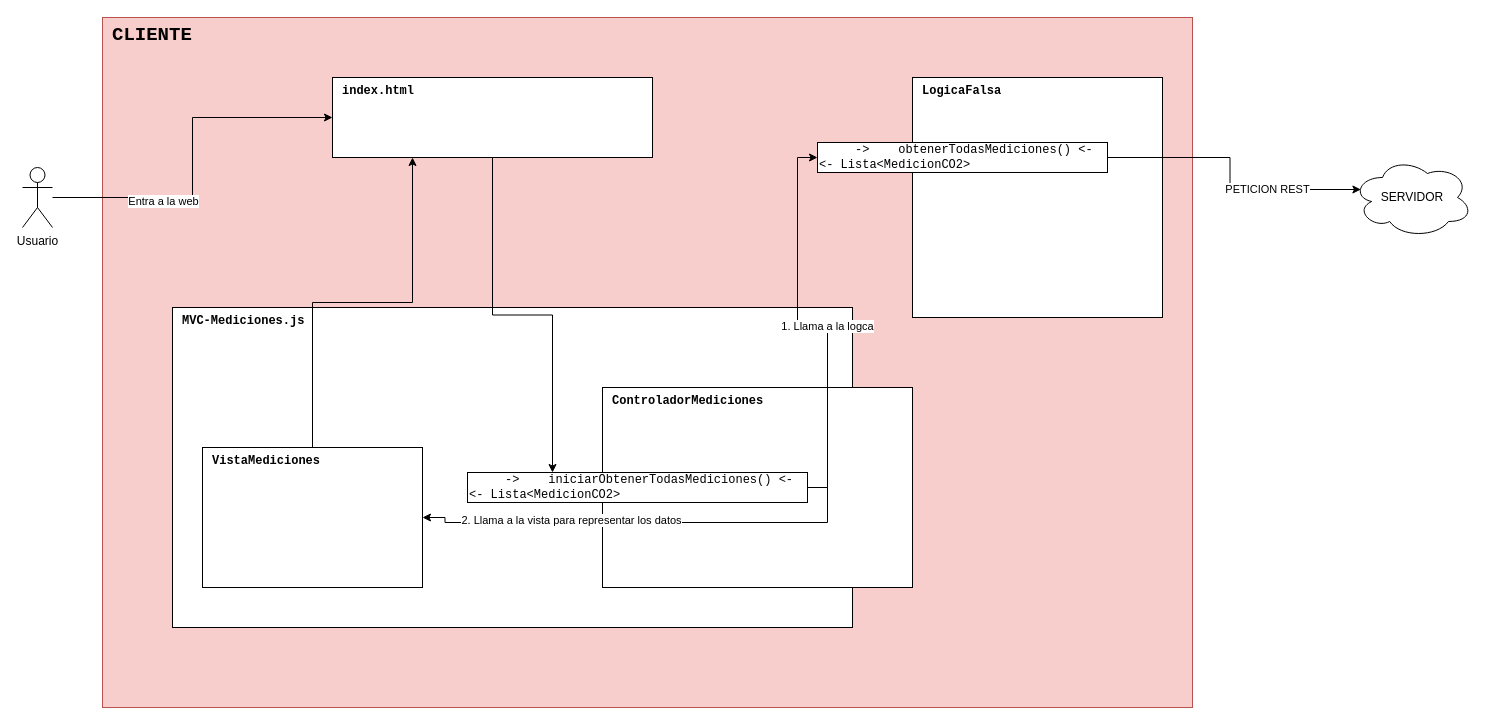
Above: doc/DiagramaInteraccionListarMediciones_Cliente.drawio in GTI-3A-Pure-Life/Pure-Life-WebApp (draw.io), before the change. Source tidied: cells renumbered, new cells numbered last; positions are measured from the earlier drawing's top-left corner, leaving out a move shared by most shapes. Both pictures are drawn from the tidied source at 100%, with x=0, y=0 at pixel (22, 17).
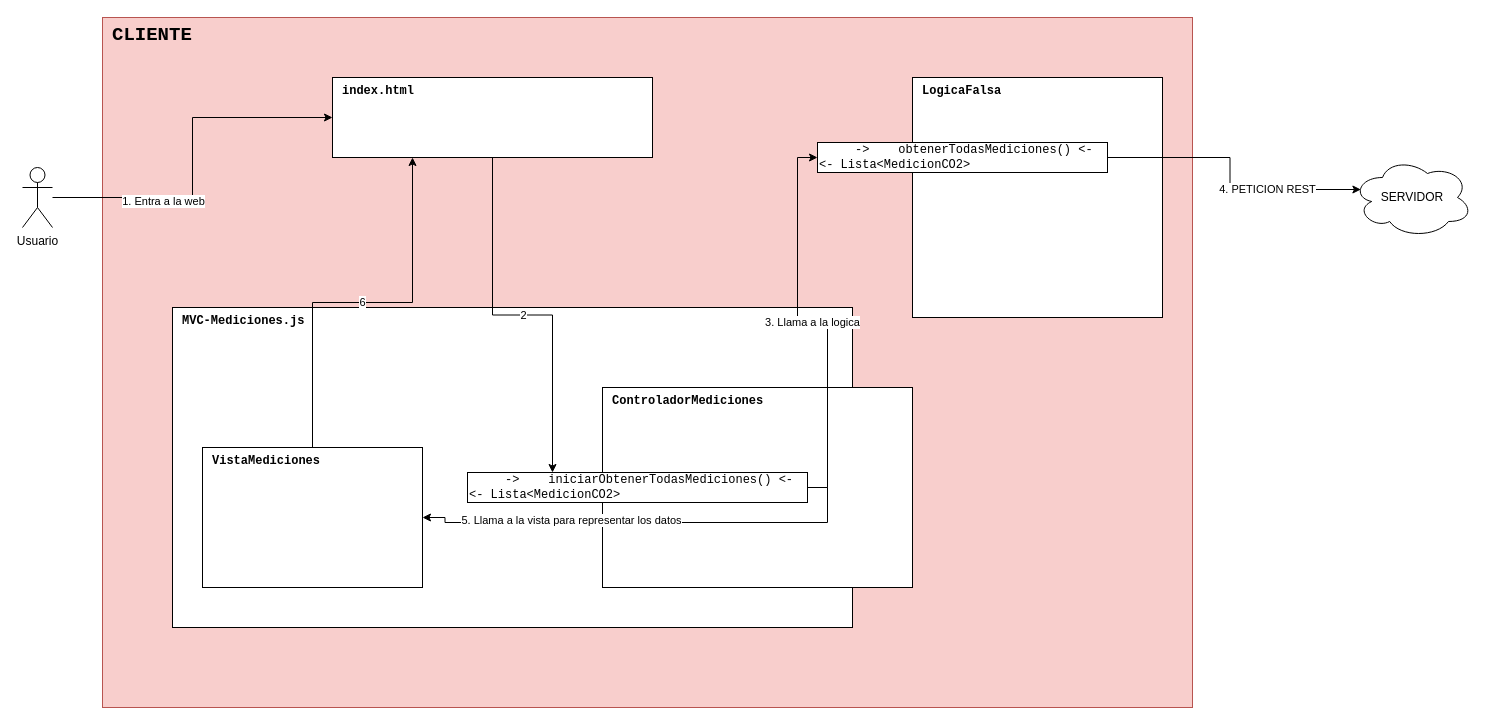
The same page after the edit.

The change refers to these unchanged cells:
```xml
<mxCell id="4" style="edgeStyle=orthogonalEdgeStyle;rounded=0;jettySize=auto;html=1;entryX=0.07;entryY=0.4;entryDx=0;entryDy=0;entryPerimeter=0;" parent="1" edge="1" source="6" target="21">
  <mxGeometry relative="1" as="geometry" />
</mxCell>
<mxCell id="6" value="&amp;nbsp; &amp;nbsp; &amp;nbsp;-&amp;gt;&amp;nbsp; &amp;nbsp; obtenerTodasMediciones() &amp;lt;-&lt;br&gt;&lt;span style=&quot;text-align: center&quot;&gt;&amp;lt;- Lista&amp;lt;MedicionCO2&amp;gt;&lt;/span&gt;" style="rounded=0;whiteSpace=wrap;html=1;fontFamily=Courier New;align=left;" parent="1" vertex="1">
  <mxGeometry x="795" y="125" width="290" height="30" as="geometry" />
</mxCell>
<mxCell id="10" value="index.html" style="rounded=0;whiteSpace=wrap;html=1;align=left;verticalAlign=top;fontStyle=1;spacingLeft=8;fontFamily=Courier New;" parent="1" vertex="1">
  <mxGeometry x="310" y="60" width="320" height="80" as="geometry" />
</mxCell>
<mxCell id="13" style="edgeStyle=orthogonalEdgeStyle;rounded=0;jettySize=auto;html=1;entryX=1;entryY=0.5;entryDx=0;entryDy=0;exitX=1;exitY=0.5;exitDx=0;exitDy=0;" parent="1" edge="1" source="15" target="17">
  <mxGeometry relative="1" as="geometry" />
</mxCell>
<mxCell id="15" value="&lt;span style=&quot;&quot;&gt;&amp;nbsp; &amp;nbsp; &amp;nbsp;-&amp;gt;&amp;nbsp; &amp;nbsp; iniciarObtenerTodasMediciones() &amp;lt;-&lt;/span&gt;&lt;br style=&quot;&quot;&gt;&amp;lt;- Lista&amp;lt;MedicionCO2&amp;gt;" style="rounded=0;whiteSpace=wrap;html=1;fontFamily=Courier New;align=left;" parent="1" vertex="1">
  <mxGeometry x="445" y="455" width="340" height="30" as="geometry" />
</mxCell>
<mxCell id="17" value="VistaMediciones" style="rounded=0;whiteSpace=wrap;html=1;align=left;verticalAlign=top;fontStyle=1;spacingLeft=8;fontFamily=Courier New;" parent="1" vertex="1">
  <mxGeometry x="180" y="430" width="220" height="140" as="geometry" />
</mxCell>
<mxCell id="18" style="edgeStyle=orthogonalEdgeStyle;rounded=0;jettySize=auto;html=1;entryX=0;entryY=0.5;entryDx=0;entryDy=0;" parent="1" edge="1" source="20" target="10">
  <mxGeometry relative="1" as="geometry" />
</mxCell>
```

The edit, as a diff of the source:
```diff
@@
-    <mxCell id="5" value="PETICION REST" style="edgeLabel;html=1;align=center;verticalAlign=middle;" parent="4" vertex="1">
+    <mxCell id="5" value="4. PETICION REST" style="edgeLabel;html=1;align=center;verticalAlign=middle;" parent="4" vertex="1">
       <mxGeometry x="0.34" y="1" relative="1" as="geometry" />
     </mxCell>
@@
-    <mxCell id="9" style="edgeStyle=orthogonalEdgeStyle;rounded=0;jettySize=auto;html=1;entryX=0.25;entryY=0;entryDx=0;entryDy=0;" parent="1" edge="1" source="10" target="15">
+    <mxCell id="9" value="2" style="edgeStyle=orthogonalEdgeStyle;rounded=0;jettySize=auto;html=1;entryX=0.25;entryY=0;entryDx=0;entryDy=0;" parent="1" edge="1" source="10" target="15">
       <mxGeometry relative="1" as="geometry" />
     </mxCell>
@@
-    <mxCell id="11" style="edgeStyle=orthogonalEdgeStyle;rounded=0;jettySize=auto;html=1;entryX=0;entryY=0.5;entryDx=0;entryDy=0;exitX=1;exitY=0.5;exitDx=0;exitDy=0;" parent="1" edge="1" source="15" target="6">
+    <mxCell id="11" value="3. Llama a la logica" style="edgeStyle=orthogonalEdgeStyle;rounded=0;jettySize=auto;html=1;entryX=0;entryY=0.5;entryDx=0;entryDy=0;exitX=1;exitY=0.5;exitDx=0;exitDy=0;" parent="1" edge="1" source="15" target="6">
       <mxGeometry relative="1" as="geometry" />
     </mxCell>
-    <mxCell id="12" value="1. Llama a la logca" style="edgeLabel;html=1;align=center;verticalAlign=middle;" parent="11" vertex="1">
-      <mxGeometry x="-0.09" y="1" relative="1" as="geometry" />
-    </mxCell>
@@
-    <mxCell id="14" value="2. Llama a la vista para representar los datos" style="edgeLabel;html=1;align=center;verticalAlign=middle;" parent="13" vertex="1">
+    <mxCell id="14" value="5. Llama a la vista para representar los datos" style="edgeLabel;html=1;align=center;verticalAlign=middle;" parent="13" vertex="1">
       <mxGeometry x="0.34" y="-3" relative="1" as="geometry" />
     </mxCell>
@@
-    <mxCell id="16" style="edgeStyle=orthogonalEdgeStyle;rounded=0;jettySize=auto;html=1;entryX=0.25;entryY=1;entryDx=0;entryDy=0;" parent="1" edge="1" source="17" target="10">
+    <mxCell id="16" value="6" style="edgeStyle=orthogonalEdgeStyle;rounded=0;jettySize=auto;html=1;entryX=0.25;entryY=1;entryDx=0;entryDy=0;" parent="1" edge="1" source="17" target="10">
       <mxGeometry relative="1" as="geometry" />
     </mxCell>
@@
-    <mxCell id="19" value="Entra a la web" style="edgeLabel;html=1;align=center;verticalAlign=middle;" parent="18" vertex="1">
+    <mxCell id="19" value="1. Entra a la web" style="edgeLabel;html=1;align=center;verticalAlign=middle;" parent="18" vertex="1">
       <mxGeometry x="-0.39" y="-3" relative="1" as="geometry" />
     </mxCell>
```
